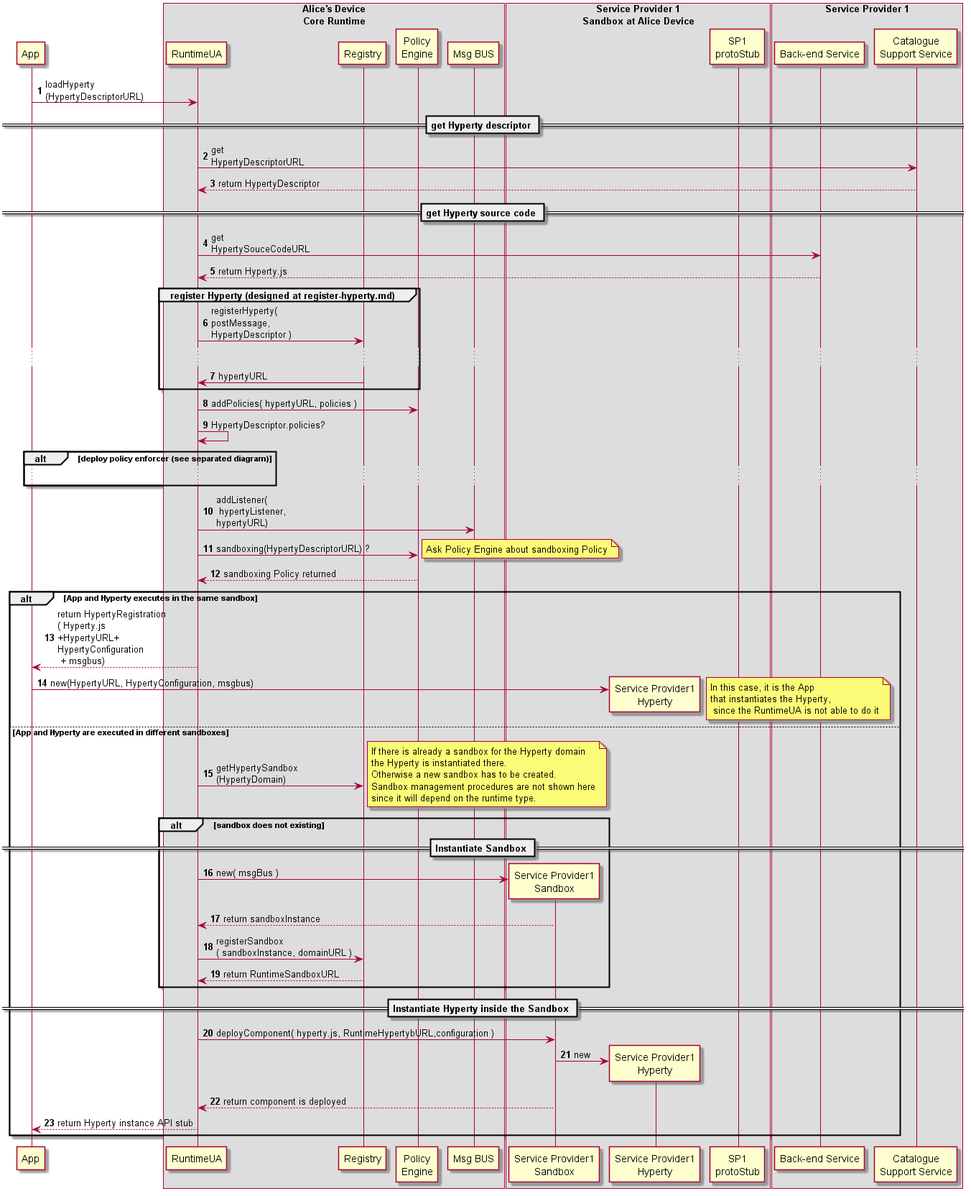
This is docs/specs/runtime/dynamic-view/basics/deploy-hyperty.png from reTHINK-project/core-framework, a PlantUML export, as it was before one commit. Its source is kept beside it as docs/specs/runtime/dynamic-view/basics/deploy-hyperty.plantuml.
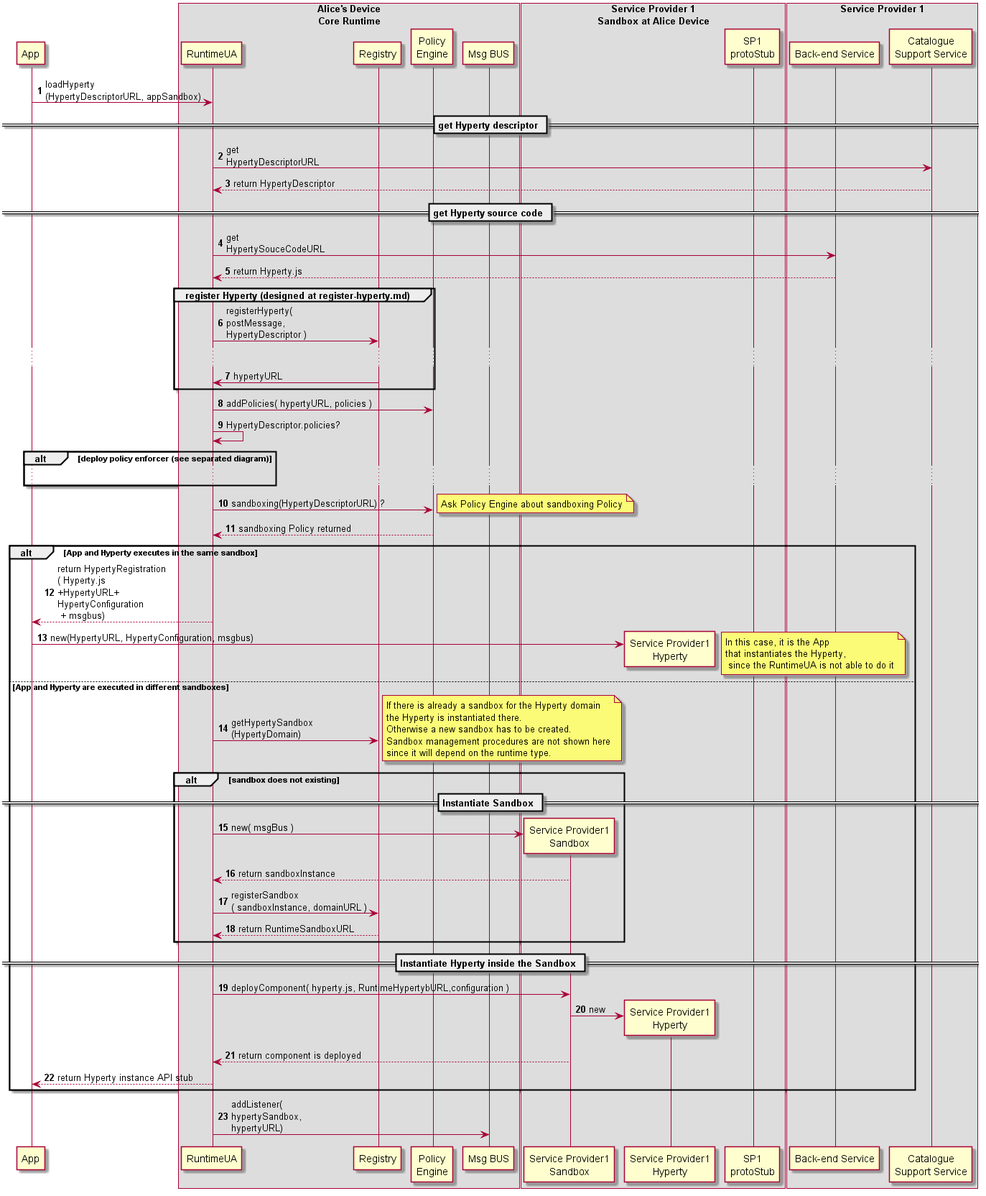
Above is the later version.

Commit message:
added app sandbox as input parameter in the runtimeua.loadHyperty function

Change to the diagram source:
```diff
@@ -23,7 +23,7 @@
 !include ../runtime_objects.plantuml
 
 
-RunUA@A <- App@A : loadHyperty\n(HypertyDescriptorURL)
+RunUA@A <- App@A : loadHyperty\n(HypertyDescriptorURL, appSandbox)
 
 == get Hyperty descriptor ==
 
@@ -60,7 +60,6 @@
 end
 
 
-BUS@A <- RunUA@A : addListener(\n hypertyListener, \nhypertyURL)
 
 RunUA@A -> RunAuth@A : sandboxing(HypertyDescriptorURL) ?
 
@@ -124,4 +123,7 @@
 
 end
 
+BUS@A <- RunUA@A : addListener(\nhypertySandbox, \nhypertyURL)
+
+
 @enduml
```
